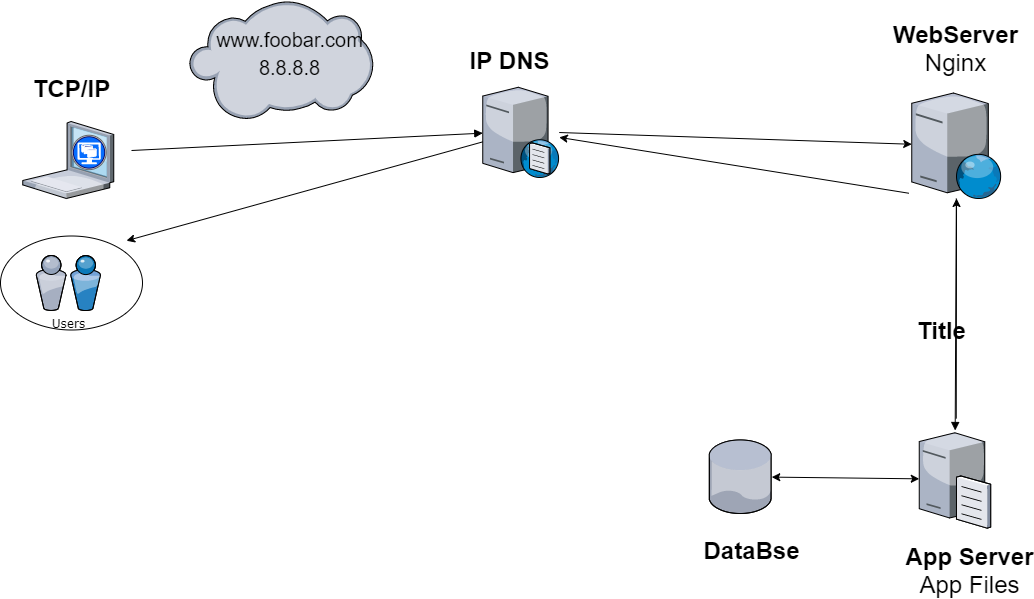
Leidysalda/holberton-system_engineering-devops keeps this draw.io diagram as 0x09-web_infrastructure_design/0-simple_web_stack.png. Above is the earlier version. Source tidied: cells renumbered, new cells last; positions are measured from the earlier drawing's top-left corner, leaving out a move shared by most shapes.
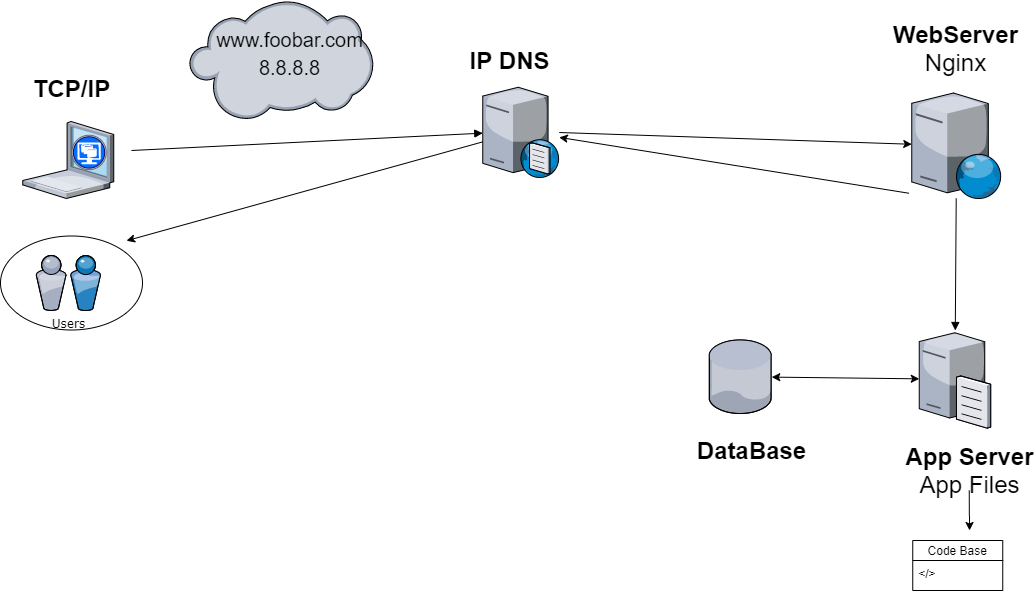
Above is the later version.

Change to the diagram source:
```diff
@@ -19,11 +19,6 @@
         <mxPoint x="131" y="150" as="sourcePoint" />
       </mxGeometry>
     </mxCell>
-    <mxCell id="7" style="endArrow=classic;html=1;fontColor=none;" parent="1" edge="1" target="11">
-      <mxGeometry relative="1" as="geometry">
-        <mxPoint x="955.8" y="418" as="sourcePoint" />
-      </mxGeometry>
-    </mxCell>
     <mxCell id="8" style="endArrow=classic;html=1;fontColor=none;" parent="1" edge="1" source="13">
       <mxGeometry relative="1" as="geometry">
         <mxPoint x="126" y="240.2" as="targetPoint" />
@@ -57,22 +52,28 @@
       <mxGeometry relative="1" as="geometry" />
     </mxCell>
     <mxCell id="18" style="verticalLabelPosition=bottom;html=1;verticalAlign=top;strokeColor=none;align=center;outlineConnect=0;shape=mxgraph.citrix.file_server;fontColor=none;" parent="1" vertex="1">
-      <mxGeometry x="918.8" y="430" width="71.4" height="97.5" as="geometry" />
+      <mxGeometry x="918.8" y="330" width="71.4" height="97.5" as="geometry" />
     </mxCell>
+    <mxCell id="24" style="edgeStyle=orthogonalEdgeStyle;rounded=0;jettySize=auto;html=1;exitX=0.5;exitY=1;exitDx=0;exitDy=0;entryX=0.631;entryY=-0.2;entryDx=0;entryDy=0;entryPerimeter=0;" parent="1" edge="1" source="19" target="25">
+      <mxGeometry relative="1" as="geometry" />
+    </mxCell>
     <mxCell id="19" value="App Server&lt;span style=&quot;font-weight: normal&quot;&gt;&lt;br&gt;App Files&lt;/span&gt;" style="text;strokeColor=none;fillColor=none;html=1;fontSize=24;fontStyle=1;verticalAlign=middle;align=center;" parent="1" vertex="1">
-      <mxGeometry x="918.8" y="550" width="100" height="40" as="geometry" />
+      <mxGeometry x="918.8" y="450" width="100" height="40" as="geometry" />
     </mxCell>
     <mxCell id="20" style="verticalLabelPosition=bottom;html=1;verticalAlign=top;strokeColor=none;align=center;outlineConnect=0;shape=mxgraph.citrix.database;fontColor=none;" parent="1" vertex="1">
-      <mxGeometry x="708.8" y="439.5" width="62.5" height="73.5" as="geometry" />
+      <mxGeometry x="708.8" y="339.5" width="62.5" height="73.5" as="geometry" />
     </mxCell>
     <mxCell id="21" style="endArrow=classic;startArrow=classic;html=1;fontColor=none;" parent="1" edge="1" source="20" target="18">
       <mxGeometry relative="1" as="geometry" />
     </mxCell>
-    <mxCell id="22" value="Title" style="text;strokeColor=none;fillColor=none;html=1;fontSize=24;fontStyle=1;verticalAlign=middle;align=center;" parent="1" vertex="1">
-      <mxGeometry x="891" y="310" width="100" height="40" as="geometry" />
-    </mxCell>
-    <mxCell id="23" value="DataBse" style="text;strokeColor=none;fillColor=none;html=1;fontSize=24;fontStyle=1;verticalAlign=middle;align=center;" parent="1" vertex="1">
-      <mxGeometry x="701" y="530" width="100" height="40" as="geometry" />
+    <mxCell id="23" value="DataBase" style="text;strokeColor=none;fillColor=none;html=1;fontSize=24;fontStyle=1;verticalAlign=middle;align=center;" parent="1" vertex="1">
+      <mxGeometry x="701" y="430" width="100" height="40" as="geometry" />
     </mxCell>
+    <mxCell id="25" value="Code Base" style="swimlane;fontStyle=0;horizontal=1;startSize=20;fillColor=none;" parent="1" vertex="1">
+      <mxGeometry x="912.2" y="540" width="90" height="50" as="geometry" />
+    </mxCell>
+    <mxCell id="26" value="&lt;/&gt;" style="text;strokeColor=none;fillColor=none;align=left;verticalAlign=top;spacingLeft=4;spacingRight=4;overflow=hidden;" parent="25" vertex="1">
+      <mxGeometry y="20" width="90" height="30" as="geometry" />
+    </mxCell>
   </root>
 </mxGraphModel>
```
